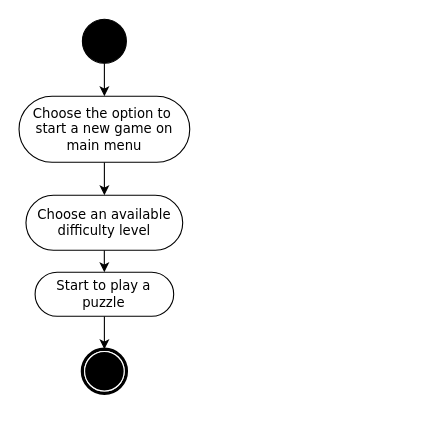
The draw.io diagram start a new game.drawio in maxinimize/uml, before the edit. Source tidied: cells renumbered, new cells numbered last; positions are measured from the earlier drawing's top-left corner, leaving out a move shared by most shapes. Both pictures are drawn from the tidied source at 110%, with x=0, y=0 at pixel (19, 19).
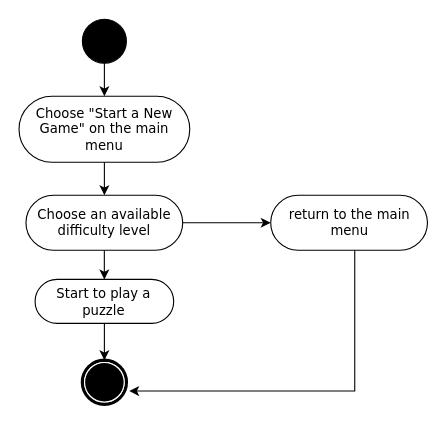
Above is the later version.

Diff of the diagram source:
```diff
@@
 <mxGraphModel>
   <root>
     <mxCell id="0" />
     <mxCell id="1" parent="0" />
     <mxCell id="2" style="edgeStyle=orthogonalEdgeStyle;rounded=0;jettySize=auto;html=1;" parent="1" edge="1" source="3" target="7">
       <mxGeometry relative="1" as="geometry">
         <Array as="points">
           <mxPoint x="65" y="270" />
           <mxPoint x="65" y="270" />
         </Array>
       </mxGeometry>
     </mxCell>
+    <mxCell id="11" style="edgeStyle=orthogonalEdgeStyle;rounded=0;jettySize=auto;html=1;" parent="1" edge="1" source="3" target="13">
+      <mxGeometry relative="1" as="geometry" />
+    </mxCell>
     <mxCell id="3" value="Choose an available difficulty level" style="rounded=1;whiteSpace=wrap;html=1;shadow=0;comic=0;labelBackgroundColor=none;strokeWidth=1;fontFamily=Verdana;fontSize=12;align=center;arcSize=50;" parent="1" vertex="1">
       <mxGeometry x="6.1" y="160" width="142.5" height="50" as="geometry" />
     </mxCell>
     <mxCell id="4" style="edgeStyle=orthogonalEdgeStyle;rounded=0;jettySize=auto;html=1;entryX=0.5;entryY=0;entryDx=0;entryDy=0;" parent="1" edge="1" source="5" target="10">
       <mxGeometry relative="1" as="geometry" />
     </mxCell>
     <mxCell id="5" style="ellipse;whiteSpace=wrap;html=1;rounded=0;shadow=0;comic=0;labelBackgroundColor=none;strokeWidth=1;fillColor=#000000;fontFamily=Verdana;fontSize=12;align=center;" parent="1" vertex="1">
       <mxGeometry x="57.4" width="40" height="40" as="geometry" />
     </mxCell>
     <mxCell id="6" style="edgeStyle=orthogonalEdgeStyle;rounded=0;jettySize=auto;html=1;" parent="1" edge="1" source="7" target="8">
       <mxGeometry relative="1" as="geometry" />
     </mxCell>
     <mxCell id="7" value="Start to play a puzzle" style="rounded=1;whiteSpace=wrap;html=1;shadow=0;comic=0;labelBackgroundColor=none;strokeWidth=1;fontFamily=Verdana;fontSize=12;align=center;arcSize=50;" parent="1" vertex="1">
-      <mxGeometry x="14.4" y="230" width="126" height="40" as="geometry" />
+      <mxGeometry x="14.4" y="236.5" width="126" height="40" as="geometry" />
     </mxCell>
     <mxCell id="8" style="shape=mxgraph.bpmn.shape;html=1;verticalLabelPosition=bottom;labelBackgroundColor=#ffffff;verticalAlign=top;perimeter=ellipsePerimeter;outline=end;symbol=terminate;rounded=0;shadow=0;comic=0;strokeWidth=1;fontFamily=Verdana;fontSize=12;align=center;" parent="1" vertex="1">
-      <mxGeometry x="57.4" y="300" width="40" height="40" as="geometry" />
+      <mxGeometry x="57.4" y="310" width="40" height="40" as="geometry" />
     </mxCell>
     <mxCell id="9" style="edgeStyle=orthogonalEdgeStyle;rounded=0;jettySize=auto;html=1;" parent="1" edge="1" source="10" target="3">
       <mxGeometry relative="1" as="geometry">
         <Array as="points">
           <mxPoint x="57" y="200" />
           <mxPoint x="57" y="200" />
         </Array>
       </mxGeometry>
     </mxCell>
-    <mxCell id="10" value="Choose the option to&amp;nbsp; start a new game on main menu" style="rounded=1;whiteSpace=wrap;html=1;shadow=0;comic=0;labelBackgroundColor=none;strokeWidth=1;fontFamily=Verdana;fontSize=12;align=center;arcSize=50;" parent="1" vertex="1">
+    <mxCell id="10" value="Choose &quot;Start a New Game&quot; on the main menu" style="rounded=1;whiteSpace=wrap;html=1;shadow=0;comic=0;labelBackgroundColor=none;strokeWidth=1;fontFamily=Verdana;fontSize=12;align=center;arcSize=50;" parent="1" vertex="1">
       <mxGeometry x="-0.2" y="70" width="155.2" height="60" as="geometry" />
     </mxCell>
+    <mxCell id="12" style="edgeStyle=orthogonalEdgeStyle;rounded=0;jettySize=auto;html=1;entryX=1.065;entryY=0.7;entryDx=0;entryDy=0;entryPerimeter=0;" parent="1" edge="1" source="13" target="8">
+      <mxGeometry relative="1" as="geometry">
+        <Array as="points">
+          <mxPoint x="305" y="338" />
+        </Array>
+      </mxGeometry>
+    </mxCell>
+    <mxCell id="13" value="return to the main menu" style="rounded=1;whiteSpace=wrap;html=1;shadow=0;comic=0;labelBackgroundColor=none;strokeWidth=1;fontFamily=Verdana;fontSize=12;align=center;arcSize=50;" parent="1" vertex="1">
+      <mxGeometry x="228.6" y="160" width="142.5" height="50" as="geometry" />
+    </mxCell>
   </root>
 </mxGraphModel>
```
